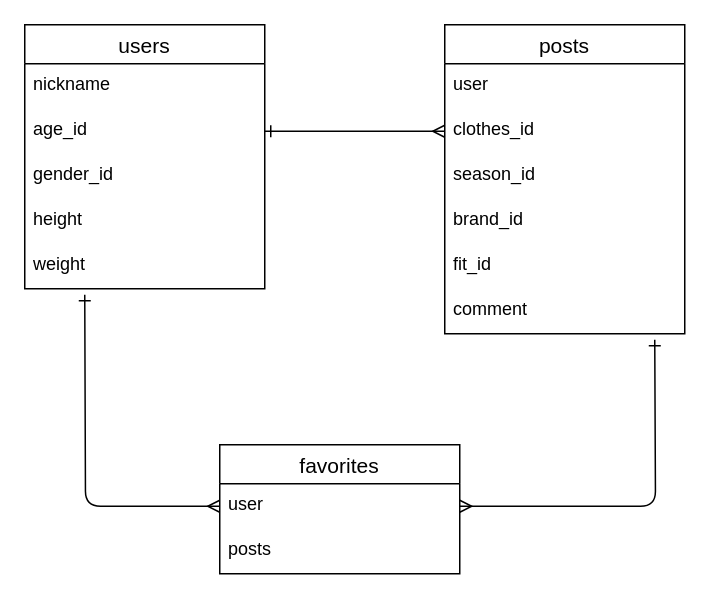
Before: pitta.dio in miikousin/pitta, a draw.io diagram. Source tidied: cells renumbered, new cells numbered last; positions are measured from the earlier drawing's top-left corner, leaving out a move shared by most shapes. Both pictures are drawn from the tidied source at 150%, with x=0, y=0 at pixel (24, 24).
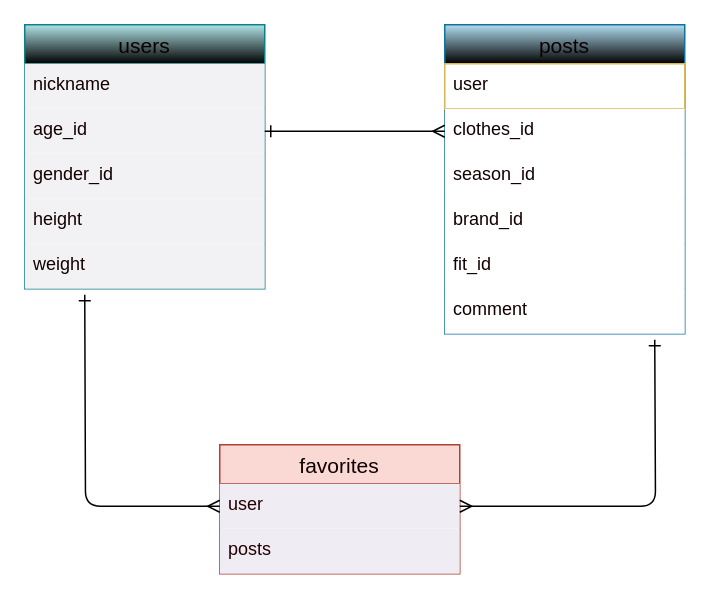
After the change.

Change to the diagram source:
```diff
@@
-    <mxCell id="2" value="users" style="swimlane;fontStyle=0;horizontal=1;startSize=26;align=center;fontSize=14;" parent="1" vertex="1">
+    <mxCell id="2" value="users" style="swimlane;fontStyle=0;horizontal=1;startSize=26;align=center;fontSize=14;fillColor=#b0e3e6;strokeColor=#0e8088;gradientColor=default;fontColor=#0a0000;labelBackgroundColor=none;swimlaneFillColor=default;" parent="1" vertex="1">
       <mxGeometry width="160" height="176" as="geometry" />
     </mxCell>
-    <mxCell id="3" value="nickname" style="text;strokeColor=none;fillColor=none;spacingLeft=4;spacingRight=4;overflow=hidden;fontSize=12;" parent="2" vertex="1">
+    <mxCell id="3" value="nickname" style="text;strokeColor=none;fillColor=#f2f1f3;spacingLeft=4;spacingRight=4;overflow=hidden;fontSize=12;fontColor=#130101;" parent="2" vertex="1">
       <mxGeometry y="26" width="160" height="30" as="geometry" />
     </mxCell>
-    <mxCell id="4" value="age_id" style="text;strokeColor=none;fillColor=none;spacingLeft=4;spacingRight=4;overflow=hidden;points=[[0,0.5],[1,0.5]];portConstraint=eastwest;fontSize=12;" parent="2" vertex="1">
+    <mxCell id="4" value="age_id" style="text;strokeColor=none;fillColor=#f2f1f3;spacingLeft=4;spacingRight=4;overflow=hidden;points=[[0,0.5],[1,0.5]];portConstraint=eastwest;fontSize=12;fontColor=#130101;" parent="2" vertex="1">
       <mxGeometry y="56" width="160" height="30" as="geometry" />
     </mxCell>
-    <mxCell id="5" value="gender_id" style="text;strokeColor=none;fillColor=none;spacingLeft=4;spacingRight=4;overflow=hidden;fontSize=12;" parent="2" vertex="1">
+    <mxCell id="5" value="gender_id" style="text;strokeColor=none;fillColor=#f2f1f3;spacingLeft=4;spacingRight=4;overflow=hidden;fontSize=12;fontColor=#130101;" parent="2" vertex="1">
       <mxGeometry y="86" width="160" height="30" as="geometry" />
     </mxCell>
-    <mxCell id="6" value="height" style="text;strokeColor=none;fillColor=none;spacingLeft=4;spacingRight=4;overflow=hidden;fontSize=12;" parent="2" vertex="1">
+    <mxCell id="6" value="height" style="text;strokeColor=none;fillColor=#f2f1f3;spacingLeft=4;spacingRight=4;overflow=hidden;fontSize=12;fontColor=#130101;" parent="2" vertex="1">
       <mxGeometry y="116" width="160" height="30" as="geometry" />
     </mxCell>
-    <mxCell id="7" value="weight" style="text;strokeColor=none;fillColor=none;spacingLeft=4;spacingRight=4;overflow=hidden;fontSize=12;" parent="2" vertex="1">
+    <mxCell id="7" value="weight" style="text;strokeColor=none;fillColor=#f2f1f3;spacingLeft=4;spacingRight=4;overflow=hidden;fontSize=12;fontColor=#130101;" parent="2" vertex="1">
       <mxGeometry y="146" width="160" height="30" as="geometry" />
     </mxCell>
-    <mxCell id="8" value="posts" style="swimlane;fontStyle=0;horizontal=1;startSize=26;align=center;fontSize=14;" parent="1" vertex="1">
+    <mxCell id="8" value="posts" style="swimlane;fontStyle=0;horizontal=1;startSize=26;align=center;fontSize=14;fillColor=#b1ddf0;strokeColor=#10739e;gradientColor=default;fontColor=#0a0000;swimlaneFillColor=default;labelBackgroundColor=none;" parent="1" vertex="1">
       <mxGeometry x="280" width="160" height="206" as="geometry" />
     </mxCell>
-    <mxCell id="9" value="user" style="text;strokeColor=none;fillColor=none;spacingLeft=4;spacingRight=4;overflow=hidden;fontSize=12;" parent="8" vertex="1">
+    <mxCell id="9" value="user" style="text;strokeColor=#d6b656;fillColor=#FFFFFF;spacingLeft=4;spacingRight=4;overflow=hidden;fontSize=12;gradientColor=none;fontColor=#130101;" parent="8" vertex="1">
       <mxGeometry y="26" width="160" height="30" as="geometry" />
     </mxCell>
-    <mxCell id="10" value="clothes_id" style="text;strokeColor=none;fillColor=none;spacingLeft=4;spacingRight=4;overflow=hidden;points=[[0,0.5],[1,0.5]];portConstraint=eastwest;fontSize=12;" parent="8" vertex="1">
+    <mxCell id="10" value="clothes_id" style="text;strokeColor=none;fillColor=#FFFFFF;spacingLeft=4;spacingRight=4;overflow=hidden;points=[[0,0.5],[1,0.5]];portConstraint=eastwest;fontSize=12;fontColor=#130101;" parent="8" vertex="1">
       <mxGeometry y="56" width="160" height="30" as="geometry" />
     </mxCell>
-    <mxCell id="11" value="season_id" style="text;strokeColor=none;fillColor=none;spacingLeft=4;spacingRight=4;overflow=hidden;fontSize=12;" parent="8" vertex="1">
+    <mxCell id="11" value="season_id" style="text;strokeColor=none;fillColor=#FFFFFF;spacingLeft=4;spacingRight=4;overflow=hidden;fontSize=12;fontColor=#130101;" parent="8" vertex="1">
       <mxGeometry y="86" width="160" height="30" as="geometry" />
     </mxCell>
-    <mxCell id="12" value="brand_id" style="text;strokeColor=none;fillColor=none;spacingLeft=4;spacingRight=4;overflow=hidden;fontSize=12;" parent="8" vertex="1">
+    <mxCell id="12" value="brand_id" style="text;strokeColor=none;fillColor=#FFFFFF;spacingLeft=4;spacingRight=4;overflow=hidden;fontSize=12;fontColor=#130101;" parent="8" vertex="1">
       <mxGeometry y="116" width="160" height="30" as="geometry" />
     </mxCell>
-    <mxCell id="13" value="fit_id" style="text;strokeColor=none;fillColor=none;spacingLeft=4;spacingRight=4;overflow=hidden;fontSize=12;" parent="8" vertex="1">
+    <mxCell id="13" value="fit_id" style="text;strokeColor=none;fillColor=#FFFFFF;spacingLeft=4;spacingRight=4;overflow=hidden;fontSize=12;fontColor=#130101;" parent="8" vertex="1">
       <mxGeometry y="146" width="160" height="30" as="geometry" />
     </mxCell>
-    <mxCell id="14" value="comment" style="text;strokeColor=none;fillColor=none;spacingLeft=4;spacingRight=4;overflow=hidden;fontSize=12;" parent="8" vertex="1">
+    <mxCell id="14" value="comment" style="text;strokeColor=none;fillColor=#FFFFFF;spacingLeft=4;spacingRight=4;overflow=hidden;fontSize=12;fontColor=#130101;" parent="8" vertex="1">
       <mxGeometry y="176" width="160" height="30" as="geometry" />
     </mxCell>
-    <mxCell id="15" value="favorites" style="swimlane;fontStyle=0;horizontal=1;startSize=26;align=center;fontSize=14;" parent="1" vertex="1">
+    <mxCell id="15" value="favorites" style="swimlane;fontStyle=0;horizontal=1;startSize=26;align=center;fontSize=14;fillColor=#fad9d5;strokeColor=#ae4132;swimlaneFillColor=default;fontColor=#0f0000;" parent="1" vertex="1">
       <mxGeometry x="130" y="280" width="160" height="86" as="geometry" />
     </mxCell>
-    <mxCell id="16" value="user" style="text;strokeColor=none;fillColor=none;spacingLeft=4;spacingRight=4;overflow=hidden;points=[[0,0.5],[1,0.5]];portConstraint=eastwest;fontSize=12;" parent="15" vertex="1">
+    <mxCell id="16" value="user" style="text;strokeColor=none;fillColor=#efecf3;spacingLeft=4;spacingRight=4;overflow=hidden;points=[[0,0.5],[1,0.5]];portConstraint=eastwest;fontSize=12;fontColor=#230101;" parent="15" vertex="1">
       <mxGeometry y="26" width="160" height="30" as="geometry" />
     </mxCell>
-    <mxCell id="17" value="posts" style="text;strokeColor=none;fillColor=none;spacingLeft=4;spacingRight=4;overflow=hidden;fontSize=12;" parent="15" vertex="1">
+    <mxCell id="17" value="posts" style="text;strokeColor=none;fillColor=#efecf3;spacingLeft=4;spacingRight=4;overflow=hidden;fontSize=12;fontColor=#230101;" parent="15" vertex="1">
       <mxGeometry y="56" width="160" height="30" as="geometry" />
     </mxCell>
-    <mxCell id="18" style="edgeStyle=none;html=1;exitX=1;exitY=0.5;exitDx=0;exitDy=0;entryX=0;entryY=0.5;entryDx=0;entryDy=0;startArrow=ERone;startFill=0;endArrow=ERmany;endFill=0;" parent="1" edge="1" source="4" target="10">
+    <mxCell id="18" style="edgeStyle=none;html=1;exitX=1;exitY=0.5;exitDx=0;exitDy=0;entryX=0;entryY=0.5;entryDx=0;entryDy=0;startArrow=ERone;startFill=0;endArrow=ERmany;endFill=0;labelBorderColor=#0a0000;" parent="1" edge="1" source="4" target="10">
       <mxGeometry relative="1" as="geometry" />
     </mxCell>
-    <mxCell id="19" style="edgeStyle=orthogonalEdgeStyle;html=1;exitX=0;exitY=0.5;exitDx=0;exitDy=0;startArrow=ERmany;startFill=0;endArrow=ERone;endFill=0;" parent="1" edge="1" source="16">
+    <mxCell id="19" style="edgeStyle=orthogonalEdgeStyle;html=1;exitX=0;exitY=0.5;exitDx=0;exitDy=0;startArrow=ERmany;startFill=0;endArrow=ERone;endFill=0;labelBorderColor=#0e0101;" parent="1" edge="1" source="16">
       <mxGeometry relative="1" as="geometry">
         <mxPoint x="40" y="180" as="targetPoint" />
       </mxGeometry>
     </mxCell>
-    <mxCell id="20" style="edgeStyle=orthogonalEdgeStyle;html=1;exitX=1;exitY=0.5;exitDx=0;exitDy=0;startArrow=ERmany;startFill=0;endArrow=ERone;endFill=0;" parent="1" edge="1" source="16">
+    <mxCell id="20" style="edgeStyle=orthogonalEdgeStyle;html=1;exitX=1;exitY=0.5;exitDx=0;exitDy=0;startArrow=ERmany;startFill=0;endArrow=ERone;endFill=0;labelBorderColor=#0e0101;" parent="1" edge="1" source="16">
       <mxGeometry relative="1" as="geometry">
         <mxPoint x="420" y="210" as="targetPoint" />
       </mxGeometry>
     </mxCell>
```
